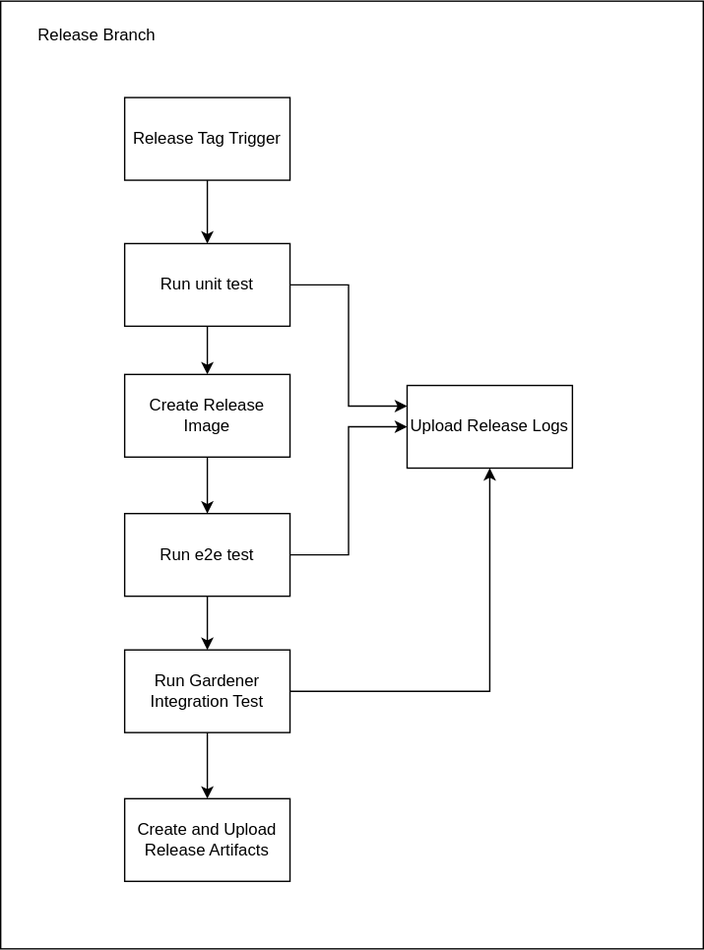
Above: docs/contributor/assets/auditable-release-final.drawio.svg in kyma-project/telemetry-manager (draw.io), before the change. Source tidied: cells renumbered, new cells last; positions are measured from the earlier drawing's top-left corner, leaving out a move shared by most shapes.
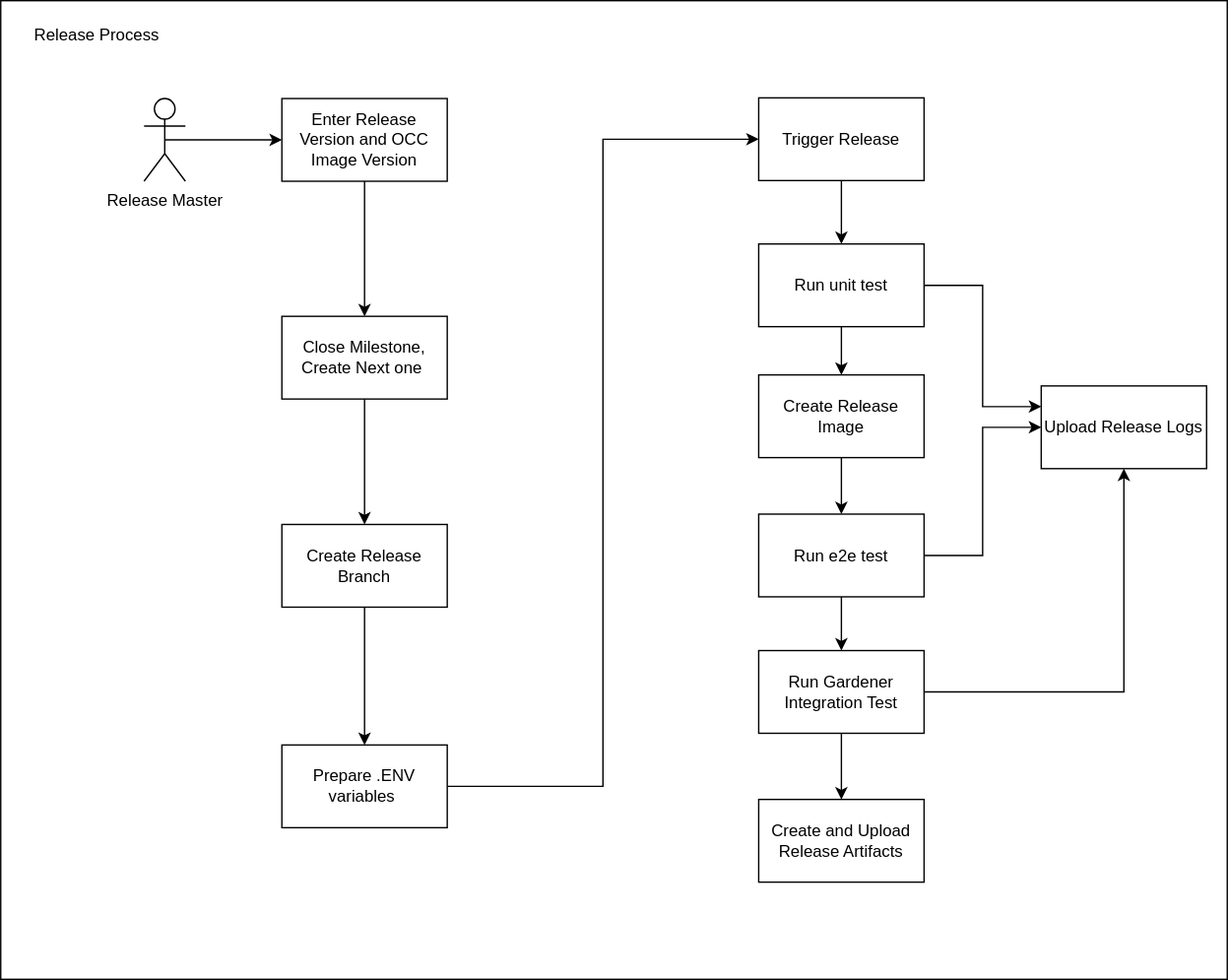
The same diagram one commit later.

Diff of the diagram source:
```diff
@@ -3,7 +3,7 @@
     <mxCell id="0" />
     <mxCell id="1" parent="0" />
     <mxCell id="2" style="rounded=0;whiteSpace=wrap;html=1;labelBackgroundColor=none;fillStyle=hatch;" parent="1" vertex="1">
-      <mxGeometry width="510" height="688" as="geometry" />
+      <mxGeometry x="-460" y="-0.5" width="890" height="710" as="geometry" />
     </mxCell>
     <mxCell id="3" style="edgeStyle=orthogonalEdgeStyle;rounded=0;jettySize=auto;html=1;exitX=0.5;exitY=1;exitDx=0;exitDy=0;entryX=0.5;entryY=0;entryDx=0;entryDy=0;" parent="1" edge="1" source="4" target="11">
       <mxGeometry relative="1" as="geometry" />
@@ -14,13 +14,13 @@
     <mxCell id="5" value="Create and Upload Release Artifacts" style="rounded=0;whiteSpace=wrap;html=1;" parent="1" vertex="1">
       <mxGeometry x="90" y="579" width="120" height="60" as="geometry" />
     </mxCell>
-    <mxCell id="6" value="Release Branch" style="text;html=1;align=center;verticalAlign=middle;whiteSpace=wrap;rounded=0;" parent="1" vertex="1">
-      <mxGeometry x="20" y="10" width="100" height="30" as="geometry" />
+    <mxCell id="6" value="Release Process" style="text;html=1;align=center;verticalAlign=middle;whiteSpace=wrap;rounded=0;" parent="1" vertex="1">
+      <mxGeometry x="-440" y="9.5" width="100" height="30" as="geometry" />
     </mxCell>
     <mxCell id="7" style="edgeStyle=orthogonalEdgeStyle;rounded=0;jettySize=auto;html=1;exitX=0.5;exitY=1;exitDx=0;exitDy=0;entryX=0.5;entryY=0;entryDx=0;entryDy=0;" parent="1" edge="1" source="8" target="14">
       <mxGeometry relative="1" as="geometry" />
     </mxCell>
-    <mxCell id="8" value="Release Tag Trigger" style="rounded=0;whiteSpace=wrap;html=1;" parent="1" vertex="1">
+    <mxCell id="8" value="Trigger Release" style="rounded=0;whiteSpace=wrap;html=1;" parent="1" vertex="1">
       <mxGeometry x="90" y="70" width="120" height="60" as="geometry" />
     </mxCell>
     <mxCell id="9" style="edgeStyle=orthogonalEdgeStyle;rounded=0;jettySize=auto;html=1;exitX=0.5;exitY=1;exitDx=0;exitDy=0;" parent="1" edge="1" source="11" target="18">
@@ -53,5 +53,35 @@
     <mxCell id="18" value="Run Gardener Integration Test" style="rounded=0;whiteSpace=wrap;html=1;" parent="1" vertex="1">
       <mxGeometry x="90" y="471" width="120" height="60" as="geometry" />
     </mxCell>
+    <mxCell id="19" style="edgeStyle=orthogonalEdgeStyle;rounded=0;jettySize=auto;html=1;exitX=0.5;exitY=1;exitDx=0;exitDy=0;entryX=0.5;entryY=0;entryDx=0;entryDy=0;" parent="1" edge="1" source="20" target="24">
+      <mxGeometry relative="1" as="geometry" />
+    </mxCell>
+    <mxCell id="20" value="Enter Release Version and OCC Image Version" style="rounded=0;whiteSpace=wrap;html=1;" parent="1" vertex="1">
+      <mxGeometry x="-256" y="70.5" width="120" height="60" as="geometry" />
+    </mxCell>
+    <mxCell id="21" style="edgeStyle=orthogonalEdgeStyle;rounded=0;jettySize=auto;html=1;exitX=1;exitY=0.5;exitDx=0;exitDy=0;entryX=0;entryY=0.5;entryDx=0;entryDy=0;" parent="1" edge="1" source="22" target="8">
+      <mxGeometry relative="1" as="geometry" />
+    </mxCell>
+    <mxCell id="22" value="Prepare .ENV variables&amp;nbsp;" style="rounded=0;whiteSpace=wrap;html=1;" parent="1" vertex="1">
+      <mxGeometry x="-256" y="539.5" width="120" height="60" as="geometry" />
+    </mxCell>
+    <mxCell id="23" style="edgeStyle=orthogonalEdgeStyle;rounded=0;jettySize=auto;html=1;exitX=0.5;exitY=1;exitDx=0;exitDy=0;entryX=0.5;entryY=0;entryDx=0;entryDy=0;" parent="1" edge="1" source="24" target="26">
+      <mxGeometry relative="1" as="geometry" />
+    </mxCell>
+    <mxCell id="24" value="Close Milestone, Create Next one&amp;nbsp;" style="rounded=0;whiteSpace=wrap;html=1;" parent="1" vertex="1">
+      <mxGeometry x="-256" y="228.5" width="120" height="60" as="geometry" />
+    </mxCell>
+    <mxCell id="25" style="edgeStyle=orthogonalEdgeStyle;rounded=0;jettySize=auto;html=1;exitX=0.5;exitY=1;exitDx=0;exitDy=0;entryX=0.5;entryY=0;entryDx=0;entryDy=0;" parent="1" edge="1" source="26" target="22">
+      <mxGeometry relative="1" as="geometry" />
+    </mxCell>
+    <mxCell id="26" value="Create Release Branch" style="rounded=0;whiteSpace=wrap;html=1;" parent="1" vertex="1">
+      <mxGeometry x="-256" y="379.5" width="120" height="60" as="geometry" />
+    </mxCell>
+    <mxCell id="27" style="edgeStyle=orthogonalEdgeStyle;rounded=0;jettySize=auto;html=1;exitX=0.5;exitY=0.5;exitDx=0;exitDy=0;exitPerimeter=0;entryX=0;entryY=0.5;entryDx=0;entryDy=0;" parent="1" edge="1" source="28" target="20">
+      <mxGeometry relative="1" as="geometry" />
+    </mxCell>
+    <mxCell id="28" value="Release Master" style="shape=umlActor;verticalLabelPosition=bottom;verticalAlign=top;html=1;outlineConnect=0;" parent="1" vertex="1">
+      <mxGeometry x="-356" y="70.5" width="30" height="60" as="geometry" />
+    </mxCell>
   </root>
 </mxGraphModel>
```
